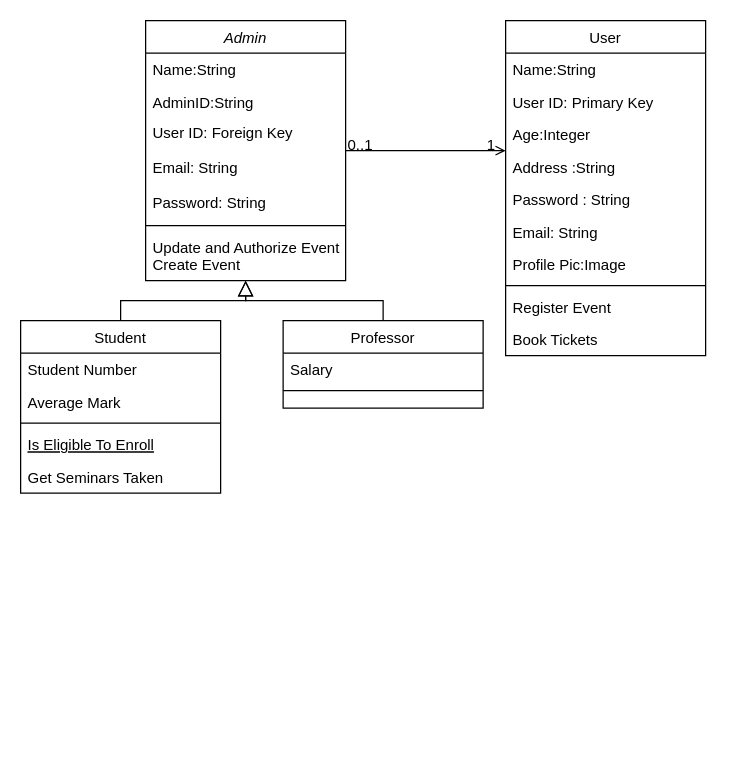
Above: Untitled Diagram.drawio in Stormtroopper/HTML-layout-learning (draw.io), before the change. Source tidied: cells renumbered, new cells numbered last; positions are measured from the earlier drawing's top-left corner, leaving out a move shared by most shapes. Both pictures are drawn from the tidied source at 125%, with x=0, y=0 at pixel (20, 20).
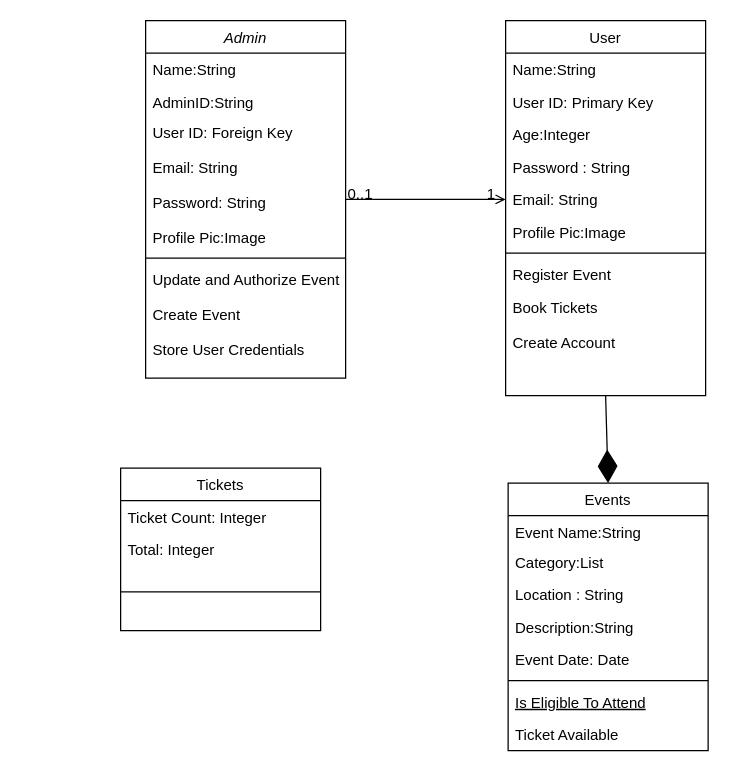
The same page after the edit.

Change to the diagram source:
```diff
@@
     <mxCell id="2" value="Admin" style="swimlane;fontStyle=2;align=center;verticalAlign=top;horizontal=1;startSize=26;rounded=0;shadow=0;strokeWidth=1;" parent="1" vertex="1">
-      <mxGeometry x="100" width="160" height="208" as="geometry" />
+      <mxGeometry x="100" width="160" height="286" as="geometry" />
     </mxCell>
@@
+    <mxCell id="33" value="Profile Pic:Image" style="text;align=left;verticalAlign=top;spacingLeft=4;spacingRight=4;overflow=hidden;rounded=0;shadow=0;html=0;" parent="2" vertex="1">
+      <mxGeometry y="160" width="160" height="26" as="geometry" />
+    </mxCell>
     <mxCell id="6" style="line;html=1;strokeWidth=1;align=left;verticalAlign=middle;spacingTop=-1;spacingLeft=3;spacingRight=3;labelPosition=right;" parent="2" vertex="1">
-      <mxGeometry y="160" width="160" height="8" as="geometry" />
+      <mxGeometry y="186" width="160" height="8" as="geometry" />
     </mxCell>
-    <mxCell id="7" value="Update and Authorize Event&#10;Create Event&#10;" style="text;align=left;verticalAlign=top;spacingLeft=4;spacingRight=4;overflow=hidden;" parent="2" vertex="1">
-      <mxGeometry y="168" width="160" height="40" as="geometry" />
+    <mxCell id="7" value="Update and Authorize Event&#10;&#10;Create Event&#10;&#10;Store User Credentials" style="text;align=left;verticalAlign=top;spacingLeft=4;spacingRight=4;overflow=hidden;" parent="2" vertex="1">
+      <mxGeometry y="194" width="160" height="92" as="geometry" />
     </mxCell>
-    <mxCell id="8" value="Student" style="swimlane;fontStyle=0;align=center;verticalAlign=top;horizontal=1;startSize=26;rounded=0;shadow=0;strokeWidth=1;" parent="1" vertex="1">
-      <mxGeometry y="240" width="160" height="138" as="geometry" />
+    <mxCell id="8" value="Events" style="swimlane;fontStyle=0;align=center;verticalAlign=top;horizontal=1;startSize=26;rounded=0;shadow=0;strokeWidth=1;" parent="1" vertex="1">
+      <mxGeometry x="390" y="370" width="160" height="214" as="geometry" />
     </mxCell>
-    <mxCell id="9" value="Student Number" style="text;align=left;verticalAlign=top;spacingLeft=4;spacingRight=4;overflow=hidden;" parent="8" vertex="1">
-      <mxGeometry y="26" width="160" height="26" as="geometry" />
+    <mxCell id="9" value="Event Name:String" style="text;align=left;verticalAlign=top;spacingLeft=4;spacingRight=4;overflow=hidden;" parent="8" vertex="1">
+      <mxGeometry y="26" width="160" height="24" as="geometry" />
     </mxCell>
+    <mxCell id="34" value="Category:List" style="text;align=left;verticalAlign=top;spacingLeft=4;spacingRight=4;overflow=hidden;rounded=0;shadow=0;html=0;" parent="8" vertex="1">
+      <mxGeometry y="50" width="160" height="26" as="geometry" />
+    </mxCell>
+    <mxCell id="35" value="Location : String" style="text;align=left;verticalAlign=top;spacingLeft=4;spacingRight=4;overflow=hidden;rounded=0;shadow=0;html=0;" parent="8" vertex="1">
+      <mxGeometry y="76" width="160" height="26" as="geometry" />
+    </mxCell>
-    <mxCell id="10" value="Average Mark" style="text;align=left;verticalAlign=top;spacingLeft=4;spacingRight=4;overflow=hidden;rounded=0;shadow=0;html=0;" parent="8" vertex="1">
-      <mxGeometry y="52" width="160" height="26" as="geometry" />
+    <mxCell id="10" value="Description:String" style="text;align=left;verticalAlign=top;spacingLeft=4;spacingRight=4;overflow=hidden;rounded=0;shadow=0;html=0;" parent="8" vertex="1">
+      <mxGeometry y="102" width="160" height="26" as="geometry" />
     </mxCell>
+    <mxCell id="36" value="Event Date: Date" style="text;align=left;verticalAlign=top;spacingLeft=4;spacingRight=4;overflow=hidden;rounded=0;shadow=0;html=0;" parent="8" vertex="1">
+      <mxGeometry y="128" width="160" height="26" as="geometry" />
+    </mxCell>
     <mxCell id="11" style="line;html=1;strokeWidth=1;align=left;verticalAlign=middle;spacingTop=-1;spacingLeft=3;spacingRight=3;labelPosition=right;" parent="8" vertex="1">
-      <mxGeometry y="78" width="160" height="8" as="geometry" />
+      <mxGeometry y="154" width="160" height="8" as="geometry" />
     </mxCell>
-    <mxCell id="12" value="Is Eligible To Enroll" style="text;align=left;verticalAlign=top;spacingLeft=4;spacingRight=4;overflow=hidden;fontStyle=4;" parent="8" vertex="1">
-      <mxGeometry y="86" width="160" height="26" as="geometry" />
+    <mxCell id="12" value="Is Eligible To Attend" style="text;align=left;verticalAlign=top;spacingLeft=4;spacingRight=4;overflow=hidden;fontStyle=4;" parent="8" vertex="1">
+      <mxGeometry y="162" width="160" height="26" as="geometry" />
     </mxCell>
-    <mxCell id="13" value="Get Seminars Taken" style="text;align=left;verticalAlign=top;spacingLeft=4;spacingRight=4;overflow=hidden;" parent="8" vertex="1">
-      <mxGeometry y="112" width="160" height="26" as="geometry" />
+    <mxCell id="13" value="Ticket Available" style="text;align=left;verticalAlign=top;spacingLeft=4;spacingRight=4;overflow=hidden;" parent="8" vertex="1">
+      <mxGeometry y="188" width="160" height="26" as="geometry" />
     </mxCell>
-    <mxCell id="14" style="endArrow=block;endSize=10;endFill=0;shadow=0;strokeWidth=1;rounded=0;curved=0;edgeStyle=elbowEdgeStyle;elbow=vertical;" parent="1" edge="1" source="8" target="2">
-      <mxGeometry relative="1" as="geometry" />
-    </mxCell>
-    <mxCell id="15" value="Professor" style="swimlane;fontStyle=0;align=center;verticalAlign=top;horizontal=1;startSize=26;rounded=0;shadow=0;strokeWidth=1;" parent="1" vertex="1">
-      <mxGeometry x="210" y="240" width="160" height="70" as="geometry" />
+    <mxCell id="15" value="Tickets" style="swimlane;fontStyle=0;align=center;verticalAlign=top;horizontal=1;startSize=26;rounded=0;shadow=0;strokeWidth=1;" parent="1" vertex="1">
+      <mxGeometry x="80" y="358" width="160" height="130" as="geometry" />
     </mxCell>
-    <mxCell id="16" value="Salary" style="text;align=left;verticalAlign=top;spacingLeft=4;spacingRight=4;overflow=hidden;" parent="15" vertex="1">
+    <mxCell id="16" value="Ticket Count: Integer " style="text;align=left;verticalAlign=top;spacingLeft=4;spacingRight=4;overflow=hidden;" parent="15" vertex="1">
       <mxGeometry y="26" width="160" height="26" as="geometry" />
     </mxCell>
+    <mxCell id="37" value="Total: Integer" style="text;align=left;verticalAlign=top;spacingLeft=4;spacingRight=4;overflow=hidden;" parent="15" vertex="1">
+      <mxGeometry y="52" width="160" height="26" as="geometry" />
+    </mxCell>
     <mxCell id="17" style="line;html=1;strokeWidth=1;align=left;verticalAlign=middle;spacingTop=-1;spacingLeft=3;spacingRight=3;labelPosition=right;" parent="15" vertex="1">
-      <mxGeometry y="52" width="160" height="8" as="geometry" />
+      <mxGeometry y="78" width="160" height="42" as="geometry" />
     </mxCell>
-    <mxCell id="18" style="endArrow=block;endSize=10;endFill=0;shadow=0;strokeWidth=1;rounded=0;curved=0;edgeStyle=elbowEdgeStyle;elbow=vertical;" parent="1" edge="1" source="15" target="2">
-      <mxGeometry relative="1" as="geometry" />
-    </mxCell>
     <mxCell id="19" value="User" style="swimlane;fontStyle=0;align=center;verticalAlign=top;horizontal=1;startSize=26;rounded=0;shadow=0;strokeWidth=1;" parent="1" vertex="1">
-      <mxGeometry x="388" width="160" height="268" as="geometry" />
+      <mxGeometry x="388" width="160" height="300" as="geometry" />
     </mxCell>
@@
-    <mxCell id="23" value="Address :String" style="text;align=left;verticalAlign=top;spacingLeft=4;spacingRight=4;overflow=hidden;rounded=0;shadow=0;html=0;" parent="19" vertex="1">
-      <mxGeometry y="104" width="160" height="26" as="geometry" />
-    </mxCell>
     <mxCell id="24" value="Password : String" style="text;align=left;verticalAlign=top;spacingLeft=4;spacingRight=4;overflow=hidden;rounded=0;shadow=0;html=0;" parent="19" vertex="1">
-      <mxGeometry y="130" width="160" height="26" as="geometry" />
+      <mxGeometry y="104" width="160" height="26" as="geometry" />
     </mxCell>
     <mxCell id="25" value="Email: String" style="text;align=left;verticalAlign=top;spacingLeft=4;spacingRight=4;overflow=hidden;rounded=0;shadow=0;html=0;" parent="19" vertex="1">
-      <mxGeometry y="156" width="160" height="26" as="geometry" />
+      <mxGeometry y="130" width="160" height="26" as="geometry" />
     </mxCell>
     <mxCell id="26" value="Profile Pic:Image" style="text;align=left;verticalAlign=top;spacingLeft=4;spacingRight=4;overflow=hidden;rounded=0;shadow=0;html=0;" parent="19" vertex="1">
-      <mxGeometry y="182" width="160" height="26" as="geometry" />
+      <mxGeometry y="156" width="160" height="26" as="geometry" />
     </mxCell>
     <mxCell id="27" style="line;html=1;strokeWidth=1;align=left;verticalAlign=middle;spacingTop=-1;spacingLeft=3;spacingRight=3;labelPosition=right;" parent="19" vertex="1">
-      <mxGeometry y="208" width="160" height="8" as="geometry" />
+      <mxGeometry y="182" width="160" height="8" as="geometry" />
     </mxCell>
     <mxCell id="28" value="Register Event " style="text;align=left;verticalAlign=top;spacingLeft=4;spacingRight=4;overflow=hidden;" parent="19" vertex="1">
-      <mxGeometry y="216" width="160" height="26" as="geometry" />
+      <mxGeometry y="190" width="160" height="26" as="geometry" />
     </mxCell>
-    <mxCell id="29" value="Book Tickets" style="text;align=left;verticalAlign=top;spacingLeft=4;spacingRight=4;overflow=hidden;" parent="19" vertex="1">
-      <mxGeometry y="242" width="160" height="26" as="geometry" />
+    <mxCell id="29" value="Book Tickets&#10; &#10;Create Account" style="text;align=left;verticalAlign=top;spacingLeft=4;spacingRight=4;overflow=hidden;" parent="19" vertex="1">
+      <mxGeometry y="216" width="160" height="58" as="geometry" />
     </mxCell>
@@
+    <mxCell id="38" style="endArrow=diamondThin;endFill=1;endSize=24;html=1;rounded=0;entryX=0.5;entryY=0;entryDx=0;entryDy=0;exitX=0.5;exitY=1;exitDx=0;exitDy=0;" parent="1" edge="1" source="19" target="8">
+      <mxGeometry relative="1" as="geometry" />
+    </mxCell>
```
